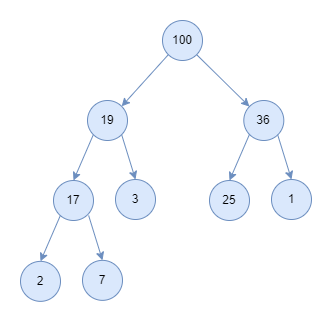
The draw.io diagram source/images/heap.png in baoqger/chrisbao, before a commit. Source tidied: cells renumbered, new cells last; positions are measured from the earlier drawing's top-left corner, leaving out a move shared by most shapes. Source of this version:
```xml
<mxGraphModel>
  <root>
    <mxCell id="0" />
    <mxCell id="1" parent="0" />
    <mxCell id="2" value="100" style="ellipse;whiteSpace=wrap;html=1;fillColor=#dae8fc;strokeColor=#6c8ebf;" parent="1" vertex="1">
      <mxGeometry x="142" width="40" height="40" as="geometry" />
    </mxCell>
    <mxCell id="3" value="19" style="ellipse;whiteSpace=wrap;html=1;fillColor=#dae8fc;strokeColor=#6c8ebf;" parent="1" vertex="1">
      <mxGeometry x="67" y="80" width="40" height="40" as="geometry" />
    </mxCell>
    <mxCell id="4" style="endArrow=classic;html=1;rounded=0;exitX=0;exitY=1;exitDx=0;exitDy=0;entryX=1;entryY=0;entryDx=0;entryDy=0;fillColor=#dae8fc;strokeColor=#6c8ebf;" parent="1" edge="1" source="2" target="3">
      <mxGeometry relative="1" as="geometry" />
    </mxCell>
    <mxCell id="5" value="36" style="ellipse;whiteSpace=wrap;html=1;fillColor=#dae8fc;strokeColor=#6c8ebf;" parent="1" vertex="1">
      <mxGeometry x="223.3" y="80" width="40" height="40" as="geometry" />
    </mxCell>
    <mxCell id="6" style="endArrow=classic;html=1;rounded=0;exitX=1;exitY=1;exitDx=0;exitDy=0;fillColor=#dae8fc;strokeColor=#6c8ebf;" parent="1" edge="1" source="2" target="5">
      <mxGeometry relative="1" as="geometry" />
    </mxCell>
    <mxCell id="7" value="17" style="ellipse;whiteSpace=wrap;html=1;fillColor=#dae8fc;strokeColor=#6c8ebf;" parent="1" vertex="1">
      <mxGeometry x="33" y="160" width="40" height="40" as="geometry" />
    </mxCell>
    <mxCell id="8" value="3" style="ellipse;whiteSpace=wrap;html=1;fillColor=#dae8fc;strokeColor=#6c8ebf;" parent="1" vertex="1">
      <mxGeometry x="95" y="159" width="40" height="40" as="geometry" />
    </mxCell>
    <mxCell id="9" style="endArrow=classic;html=1;rounded=0;entryX=0.5;entryY=0;entryDx=0;entryDy=0;exitX=0;exitY=1;exitDx=0;exitDy=0;fillColor=#dae8fc;strokeColor=#6c8ebf;" parent="1" edge="1" source="3" target="7">
      <mxGeometry relative="1" as="geometry" />
    </mxCell>
    <mxCell id="10" style="endArrow=classic;html=1;rounded=0;entryX=0.5;entryY=0;entryDx=0;entryDy=0;exitX=1;exitY=1;exitDx=0;exitDy=0;fillColor=#dae8fc;strokeColor=#6c8ebf;" parent="1" edge="1" source="3" target="8">
      <mxGeometry relative="1" as="geometry" />
    </mxCell>
    <mxCell id="11" value="25" style="ellipse;whiteSpace=wrap;html=1;fillColor=#dae8fc;strokeColor=#6c8ebf;" parent="1" vertex="1">
      <mxGeometry x="189" y="160" width="40" height="40" as="geometry" />
    </mxCell>
    <mxCell id="12" value="1" style="ellipse;whiteSpace=wrap;html=1;fillColor=#dae8fc;strokeColor=#6c8ebf;" parent="1" vertex="1">
      <mxGeometry x="251" y="159" width="40" height="40" as="geometry" />
    </mxCell>
    <mxCell id="13" style="endArrow=classic;html=1;rounded=0;entryX=0.5;entryY=0;entryDx=0;entryDy=0;exitX=0;exitY=1;exitDx=0;exitDy=0;fillColor=#dae8fc;strokeColor=#6c8ebf;" parent="1" edge="1" target="11">
      <mxGeometry relative="1" as="geometry">
        <mxPoint x="228.9" y="114.1" as="sourcePoint" />
      </mxGeometry>
    </mxCell>
    <mxCell id="14" style="endArrow=classic;html=1;rounded=0;entryX=0.5;entryY=0;entryDx=0;entryDy=0;exitX=1;exitY=1;exitDx=0;exitDy=0;fillColor=#dae8fc;strokeColor=#6c8ebf;" parent="1" edge="1" target="12">
      <mxGeometry relative="1" as="geometry">
        <mxPoint x="257.1" y="114.1" as="sourcePoint" />
      </mxGeometry>
    </mxCell>
    <mxCell id="15" value="2" style="ellipse;whiteSpace=wrap;html=1;fillColor=#dae8fc;strokeColor=#6c8ebf;" parent="1" vertex="1">
      <mxGeometry y="240.9" width="40" height="40" as="geometry" />
    </mxCell>
    <mxCell id="16" value="7" style="ellipse;whiteSpace=wrap;html=1;fillColor=#dae8fc;strokeColor=#6c8ebf;" parent="1" vertex="1">
      <mxGeometry x="62" y="239.9" width="40" height="40" as="geometry" />
    </mxCell>
    <mxCell id="17" style="endArrow=classic;html=1;rounded=0;entryX=0.5;entryY=0;entryDx=0;entryDy=0;exitX=0;exitY=1;exitDx=0;exitDy=0;fillColor=#dae8fc;strokeColor=#6c8ebf;" parent="1" edge="1" target="15">
      <mxGeometry relative="1" as="geometry">
        <mxPoint x="39.9" y="195" as="sourcePoint" />
      </mxGeometry>
    </mxCell>
    <mxCell id="18" style="endArrow=classic;html=1;rounded=0;entryX=0.5;entryY=0;entryDx=0;entryDy=0;exitX=1;exitY=1;exitDx=0;exitDy=0;fillColor=#dae8fc;strokeColor=#6c8ebf;" parent="1" edge="1" target="16">
      <mxGeometry relative="1" as="geometry">
        <mxPoint x="68.1" y="195" as="sourcePoint" />
      </mxGeometry>
    </mxCell>
  </root>
</mxGraphModel>
```
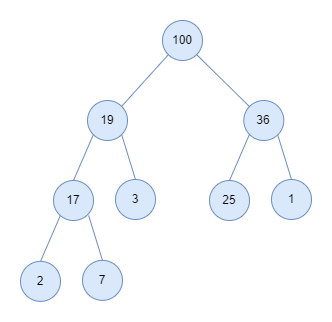
After the commit.

The edit, as a diff of the source:
```diff
@@ -8,13 +8,13 @@
     <mxCell id="3" value="19" style="ellipse;whiteSpace=wrap;html=1;fillColor=#dae8fc;strokeColor=#6c8ebf;" parent="1" vertex="1">
       <mxGeometry x="67" y="80" width="40" height="40" as="geometry" />
     </mxCell>
-    <mxCell id="4" style="endArrow=classic;html=1;rounded=0;exitX=0;exitY=1;exitDx=0;exitDy=0;entryX=1;entryY=0;entryDx=0;entryDy=0;fillColor=#dae8fc;strokeColor=#6c8ebf;" parent="1" edge="1" source="2" target="3">
+    <mxCell id="4" style="endArrow=none;html=1;rounded=0;exitX=0;exitY=1;exitDx=0;exitDy=0;entryX=1;entryY=0;entryDx=0;entryDy=0;fillColor=#dae8fc;strokeColor=#6c8ebf;endFill=0;" parent="1" edge="1" source="2" target="3">
       <mxGeometry relative="1" as="geometry" />
     </mxCell>
     <mxCell id="5" value="36" style="ellipse;whiteSpace=wrap;html=1;fillColor=#dae8fc;strokeColor=#6c8ebf;" parent="1" vertex="1">
       <mxGeometry x="223.3" y="80" width="40" height="40" as="geometry" />
     </mxCell>
-    <mxCell id="6" style="endArrow=classic;html=1;rounded=0;exitX=1;exitY=1;exitDx=0;exitDy=0;fillColor=#dae8fc;strokeColor=#6c8ebf;" parent="1" edge="1" source="2" target="5">
+    <mxCell id="6" style="endArrow=none;html=1;rounded=0;exitX=1;exitY=1;exitDx=0;exitDy=0;fillColor=#dae8fc;strokeColor=#6c8ebf;endFill=0;" parent="1" edge="1" source="2" target="5">
       <mxGeometry relative="1" as="geometry" />
     </mxCell>
     <mxCell id="7" value="17" style="ellipse;whiteSpace=wrap;html=1;fillColor=#dae8fc;strokeColor=#6c8ebf;" parent="1" vertex="1">
@@ -23,10 +23,10 @@
     <mxCell id="8" value="3" style="ellipse;whiteSpace=wrap;html=1;fillColor=#dae8fc;strokeColor=#6c8ebf;" parent="1" vertex="1">
       <mxGeometry x="95" y="159" width="40" height="40" as="geometry" />
     </mxCell>
-    <mxCell id="9" style="endArrow=classic;html=1;rounded=0;entryX=0.5;entryY=0;entryDx=0;entryDy=0;exitX=0;exitY=1;exitDx=0;exitDy=0;fillColor=#dae8fc;strokeColor=#6c8ebf;" parent="1" edge="1" source="3" target="7">
+    <mxCell id="9" style="endArrow=none;html=1;rounded=0;entryX=0.5;entryY=0;entryDx=0;entryDy=0;exitX=0;exitY=1;exitDx=0;exitDy=0;fillColor=#dae8fc;strokeColor=#6c8ebf;endFill=0;" parent="1" edge="1" source="3" target="7">
       <mxGeometry relative="1" as="geometry" />
     </mxCell>
-    <mxCell id="10" style="endArrow=classic;html=1;rounded=0;entryX=0.5;entryY=0;entryDx=0;entryDy=0;exitX=1;exitY=1;exitDx=0;exitDy=0;fillColor=#dae8fc;strokeColor=#6c8ebf;" parent="1" edge="1" source="3" target="8">
+    <mxCell id="10" style="endArrow=none;html=1;rounded=0;entryX=0.5;entryY=0;entryDx=0;entryDy=0;exitX=1;exitY=1;exitDx=0;exitDy=0;fillColor=#dae8fc;strokeColor=#6c8ebf;endFill=0;" parent="1" edge="1" source="3" target="8">
       <mxGeometry relative="1" as="geometry" />
     </mxCell>
     <mxCell id="11" value="25" style="ellipse;whiteSpace=wrap;html=1;fillColor=#dae8fc;strokeColor=#6c8ebf;" parent="1" vertex="1">
@@ -35,12 +35,12 @@
     <mxCell id="12" value="1" style="ellipse;whiteSpace=wrap;html=1;fillColor=#dae8fc;strokeColor=#6c8ebf;" parent="1" vertex="1">
       <mxGeometry x="251" y="159" width="40" height="40" as="geometry" />
     </mxCell>
-    <mxCell id="13" style="endArrow=classic;html=1;rounded=0;entryX=0.5;entryY=0;entryDx=0;entryDy=0;exitX=0;exitY=1;exitDx=0;exitDy=0;fillColor=#dae8fc;strokeColor=#6c8ebf;" parent="1" edge="1" target="11">
+    <mxCell id="13" style="endArrow=none;html=1;rounded=0;entryX=0.5;entryY=0;entryDx=0;entryDy=0;exitX=0;exitY=1;exitDx=0;exitDy=0;fillColor=#dae8fc;strokeColor=#6c8ebf;endFill=0;" parent="1" edge="1" target="11">
       <mxGeometry relative="1" as="geometry">
         <mxPoint x="228.9" y="114.1" as="sourcePoint" />
       </mxGeometry>
     </mxCell>
-    <mxCell id="14" style="endArrow=classic;html=1;rounded=0;entryX=0.5;entryY=0;entryDx=0;entryDy=0;exitX=1;exitY=1;exitDx=0;exitDy=0;fillColor=#dae8fc;strokeColor=#6c8ebf;" parent="1" edge="1" target="12">
+    <mxCell id="14" style="endArrow=none;html=1;rounded=0;entryX=0.5;entryY=0;entryDx=0;entryDy=0;exitX=1;exitY=1;exitDx=0;exitDy=0;fillColor=#dae8fc;strokeColor=#6c8ebf;endFill=0;" parent="1" edge="1" target="12">
       <mxGeometry relative="1" as="geometry">
         <mxPoint x="257.1" y="114.1" as="sourcePoint" />
       </mxGeometry>
@@ -51,12 +51,12 @@
     <mxCell id="16" value="7" style="ellipse;whiteSpace=wrap;html=1;fillColor=#dae8fc;strokeColor=#6c8ebf;" parent="1" vertex="1">
       <mxGeometry x="62" y="239.9" width="40" height="40" as="geometry" />
     </mxCell>
-    <mxCell id="17" style="endArrow=classic;html=1;rounded=0;entryX=0.5;entryY=0;entryDx=0;entryDy=0;exitX=0;exitY=1;exitDx=0;exitDy=0;fillColor=#dae8fc;strokeColor=#6c8ebf;" parent="1" edge="1" target="15">
+    <mxCell id="17" style="endArrow=none;html=1;rounded=0;entryX=0.5;entryY=0;entryDx=0;entryDy=0;exitX=0;exitY=1;exitDx=0;exitDy=0;fillColor=#dae8fc;strokeColor=#6c8ebf;endFill=0;" parent="1" edge="1" target="15">
       <mxGeometry relative="1" as="geometry">
         <mxPoint x="39.9" y="195" as="sourcePoint" />
       </mxGeometry>
     </mxCell>
-    <mxCell id="18" style="endArrow=classic;html=1;rounded=0;entryX=0.5;entryY=0;entryDx=0;entryDy=0;exitX=1;exitY=1;exitDx=0;exitDy=0;fillColor=#dae8fc;strokeColor=#6c8ebf;" parent="1" edge="1" target="16">
+    <mxCell id="18" style="endArrow=none;html=1;rounded=0;entryX=0.5;entryY=0;entryDx=0;entryDy=0;exitX=1;exitY=1;exitDx=0;exitDy=0;fillColor=#dae8fc;strokeColor=#6c8ebf;endFill=0;" parent="1" edge="1" target="16">
       <mxGeometry relative="1" as="geometry">
         <mxPoint x="68.1" y="195" as="sourcePoint" />
       </mxGeometry>
```
